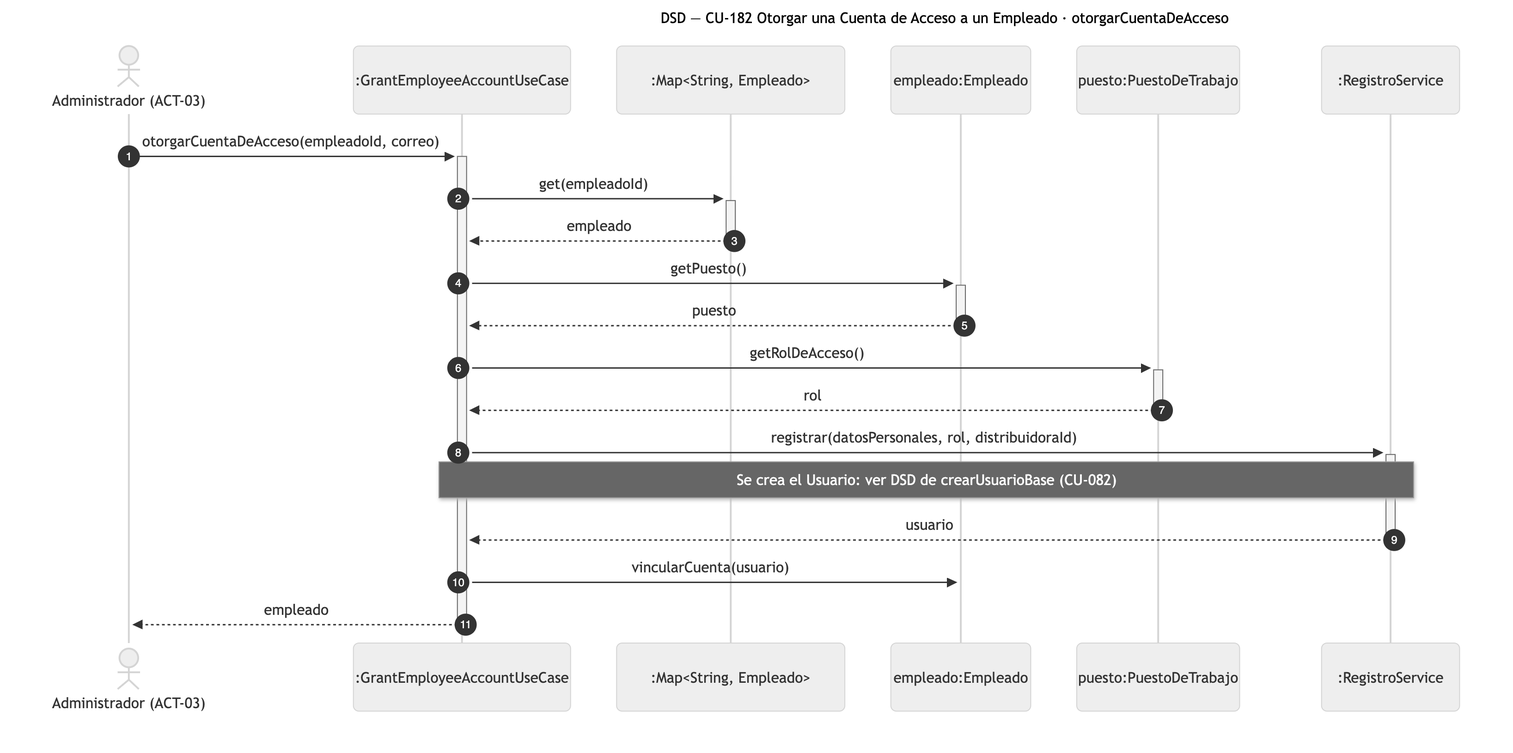
Before: diagramas/png/DSD_CU-182_otorgarCuentaDeAcceso.png, a diagram exported from Mermaid (Nahuelito-Dev/splg-docs). Its source is kept beside it as diagramas/DSD_CU-182_otorgarCuentaDeAcceso.mmd.
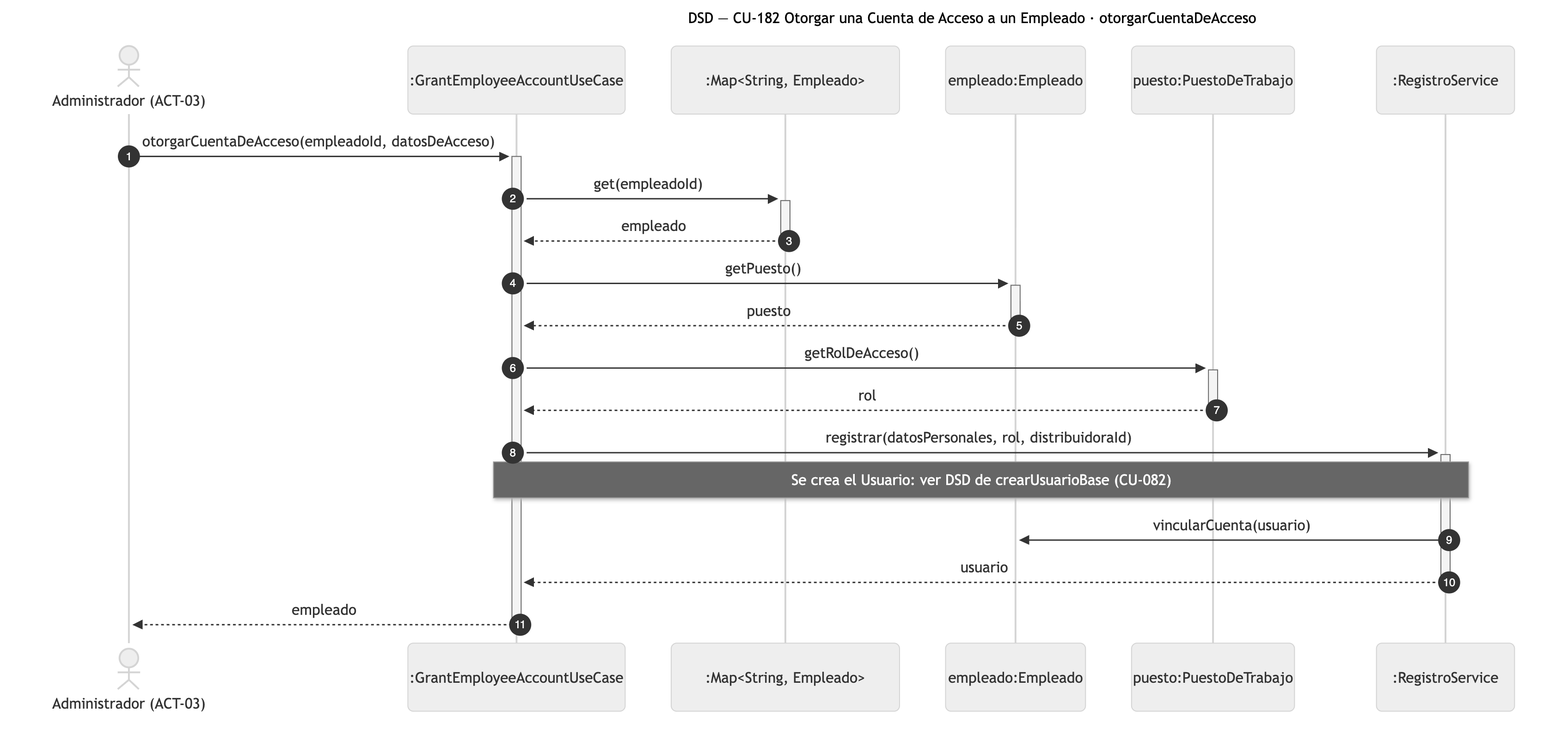
After the commit.

Diff of the diagram source:
```diff
@@ -8,7 +8,7 @@
     participant PUE as puesto:PuestoDeTrabajo
     participant REG as :RegistroService
 
-    ADM->>+UC: otorgarCuentaDeAcceso(empleadoId, correo)
+    ADM->>+UC: otorgarCuentaDeAcceso(empleadoId, datosDeAcceso)
     UC->>+COE: get(empleadoId)
     COE-->>-UC: empleado
     UC->>+EMP: getPuesto()
@@ -17,6 +17,6 @@
     PUE-->>-UC: rol
     UC->>+REG: registrar(datosPersonales, rol, distribuidoraId)
     Note over UC,REG: Se crea el Usuario: ver DSD de crearUsuarioBase (CU-082)
+    REG->>EMP: vincularCuenta(usuario)
     REG-->>-UC: usuario
-    UC->>EMP: vincularCuenta(usuario)
     UC-->>-ADM: empleado
```
